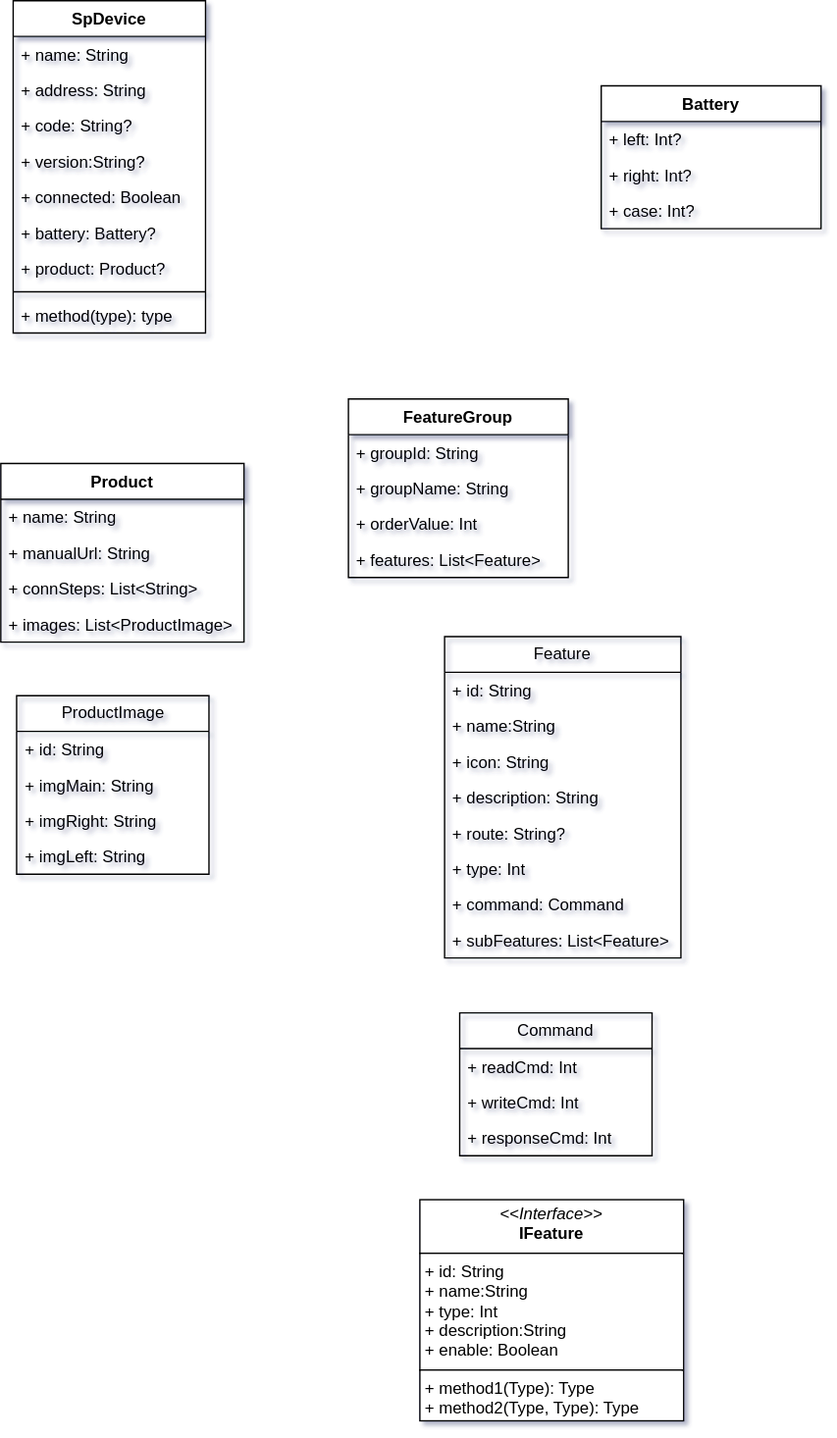
Earlier version of the draw.io export 未命名绘图.drawio.svg (kekemao00/draw-libs). Source tidied: cells renumbered, new cells last; positions are measured from the earlier drawing's top-left corner, leaving out a move shared by most shapes.
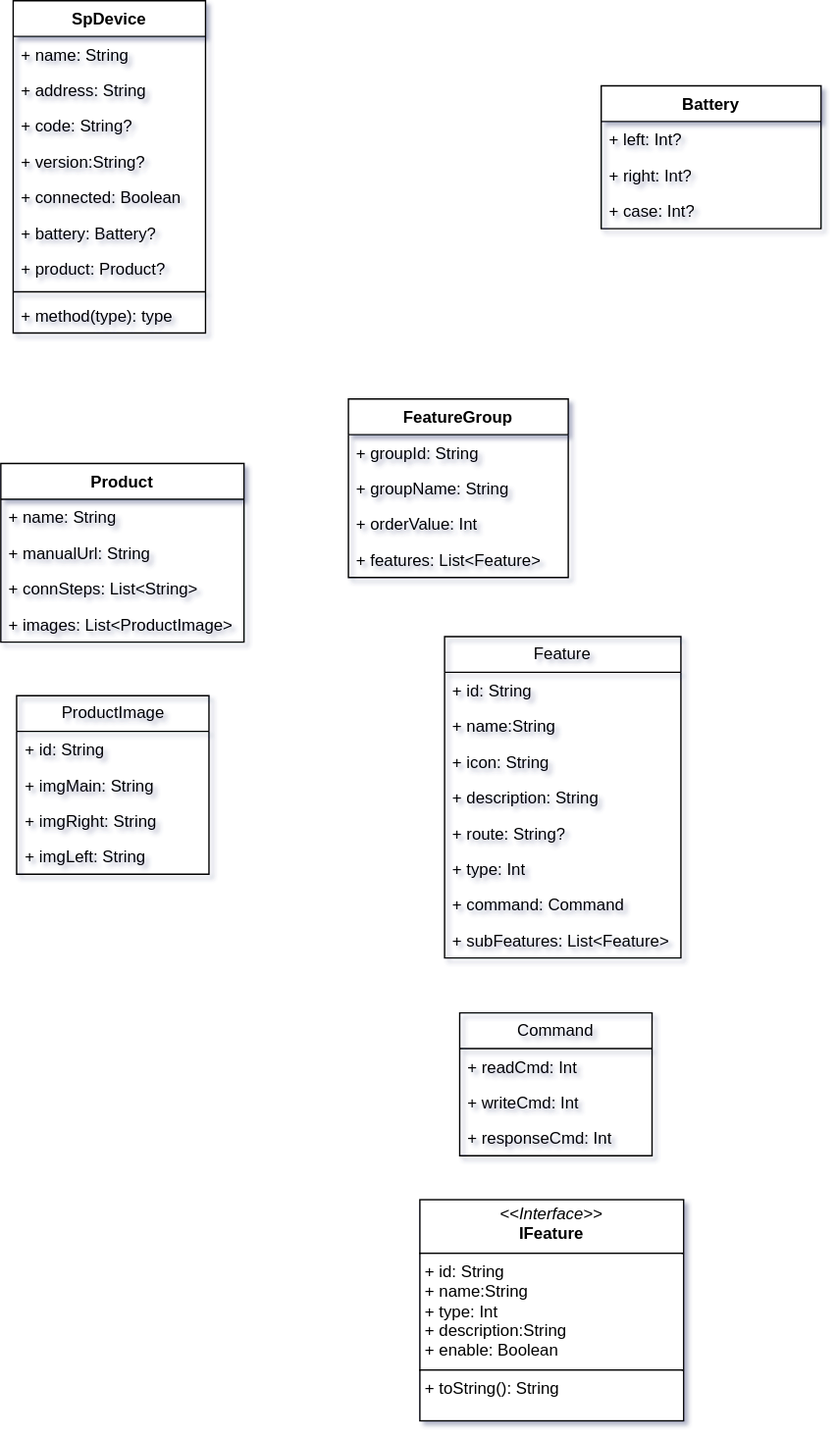
After the commit.

Commit message:
更新未命名绘图.drawio.svg

Diff of the diagram source:
```diff
@@ -128,7 +128,7 @@
     <mxCell id="43" value="+ responseCmd: Int" style="text;strokeColor=none;fillColor=none;align=left;verticalAlign=top;spacingLeft=4;spacingRight=4;overflow=hidden;whiteSpace=wrap;html=1;" parent="40" vertex="1">
       <mxGeometry y="78" width="140" height="26" as="geometry" />
     </mxCell>
-    <mxCell id="44" value="&lt;p style=&quot;margin:0px;margin-top:4px;text-align:center;&quot;&gt;&lt;i&gt;&amp;lt;&amp;lt;Interface&amp;gt;&amp;gt;&lt;/i&gt;&lt;br&gt;&lt;b&gt;IFeature&lt;/b&gt;&lt;/p&gt;&lt;hr size=&quot;1&quot; style=&quot;border-style:solid;&quot;&gt;&lt;p style=&quot;margin:0px;margin-left:4px;&quot;&gt;+ id: String&lt;br&gt;+ name:String&lt;br&gt;+ type: Int&lt;br&gt;+ description:String&lt;br&gt;+&amp;nbsp;enable: Boolean&lt;/p&gt;&lt;hr size=&quot;1&quot; style=&quot;border-style:solid;&quot;&gt;&lt;p style=&quot;margin:0px;margin-left:4px;&quot;&gt;+ method1(Type): Type&lt;br&gt;+ method2(Type, Type): Type&lt;/p&gt;" style="verticalAlign=top;align=left;overflow=fill;html=1;whiteSpace=wrap;" parent="1" vertex="1">
+    <mxCell id="44" value="&lt;p style=&quot;margin:0px;margin-top:4px;text-align:center;&quot;&gt;&lt;i&gt;&amp;lt;&amp;lt;Interface&amp;gt;&amp;gt;&lt;/i&gt;&lt;br&gt;&lt;b&gt;IFeature&lt;/b&gt;&lt;/p&gt;&lt;hr size=&quot;1&quot; style=&quot;border-style:solid;&quot;&gt;&lt;p style=&quot;margin:0px;margin-left:4px;&quot;&gt;+ id: String&lt;br&gt;+ name:String&lt;br&gt;+ type: Int&lt;br&gt;+ description:String&lt;br&gt;+&amp;nbsp;enable: Boolean&lt;/p&gt;&lt;hr size=&quot;1&quot; style=&quot;border-style:solid;&quot;&gt;&lt;p style=&quot;margin:0px;margin-left:4px;&quot;&gt;+ toString(): String&lt;br&gt;&lt;/p&gt;" style="verticalAlign=top;align=left;overflow=fill;html=1;whiteSpace=wrap;" parent="1" vertex="1">
       <mxGeometry x="305" y="873" width="192" height="161" as="geometry" />
     </mxCell>
   </root>
```
